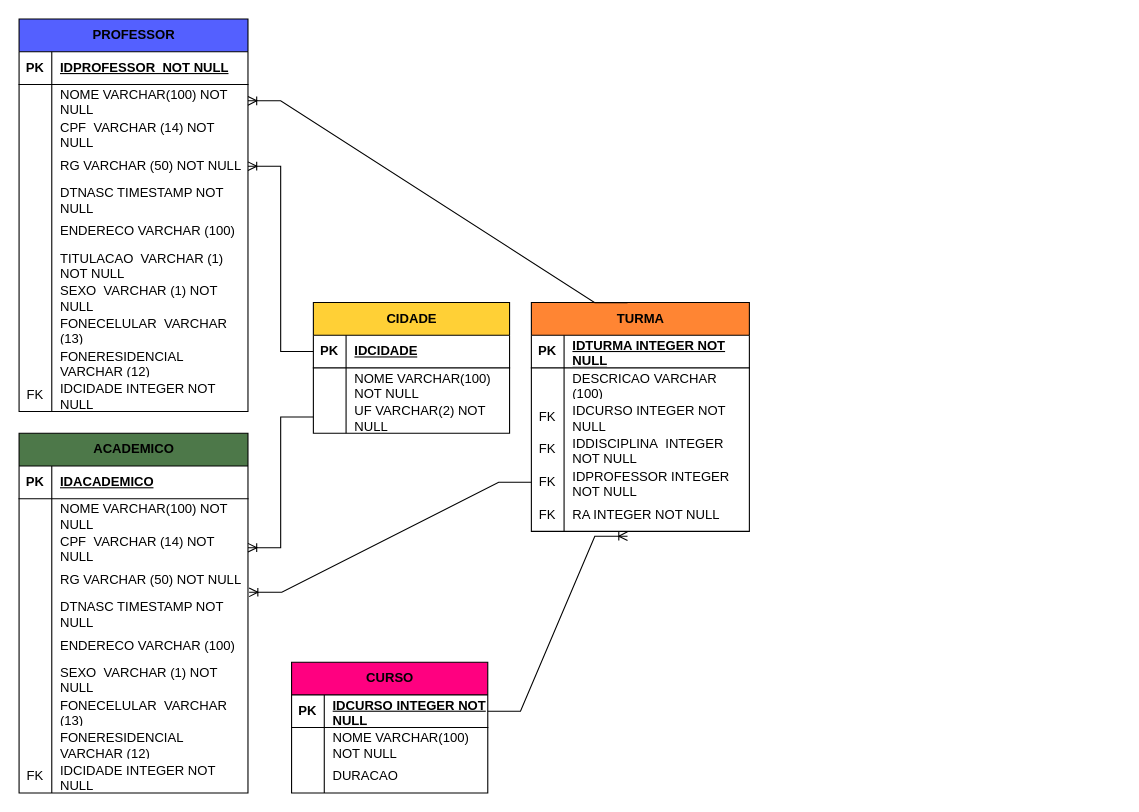
joaopaulopossamai/Banco-de-dados keeps this draw.io diagram as Diagrama sem nome2.drawio. Above is the earlier version. Source tidied: cells renumbered, new cells numbered last; positions are measured from the earlier drawing's top-left corner, leaving out a move shared by most shapes. Both pictures are drawn from the tidied source at 109%, with x=0, y=0 at pixel (19, 19).
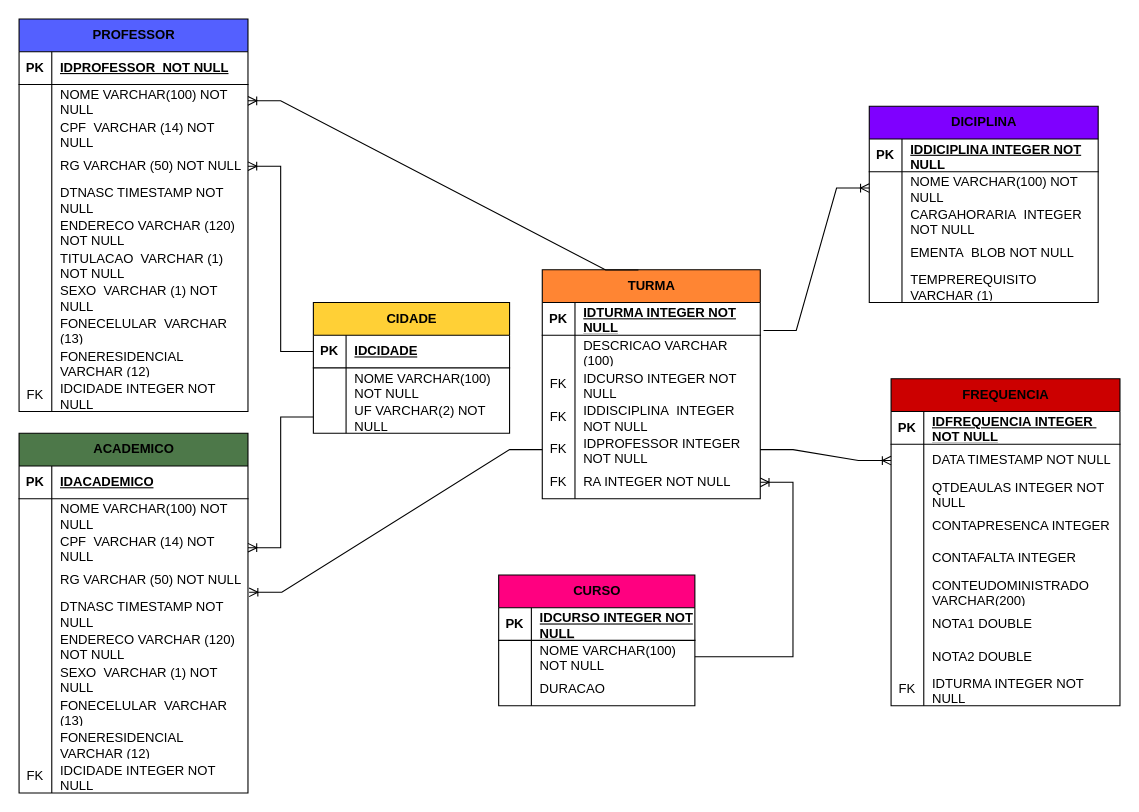
The same diagram, later.

The change refers to these unchanged cells:
```xml
<mxCell id="28" style="shape=tableRow;horizontal=0;startSize=0;swimlaneHead=0;swimlaneBody=0;fillColor=none;top=0;left=0;right=0;bottom=0;" parent="12" vertex="1">
  <mxGeometry y="180" width="210" height="30" as="geometry" />
</mxCell>
<mxCell id="62" style="shape=tableRow;horizontal=0;startSize=0;swimlaneHead=0;swimlaneBody=0;fillColor=none;top=0;left=0;right=0;bottom=0;" parent="46" vertex="1">
  <mxGeometry y="180" width="210" height="30" as="geometry" />
</mxCell>
<mxCell id="80" style="shape=tableRow;horizontal=0;startSize=0;swimlaneHead=0;swimlaneBody=0;fillColor=none;points=[[0,0.5],[1,0.5]];portConstraint=eastwest;top=0;left=0;right=0;bottom=1;" parent="79" vertex="1">
  <mxGeometry y="30" width="180" height="30" as="geometry" />
</mxCell>
<mxCell id="83" style="shape=tableRow;horizontal=0;startSize=0;swimlaneHead=0;swimlaneBody=0;fillColor=none;points=[[0,0.5],[1,0.5]];portConstraint=eastwest;top=0;left=0;right=0;bottom=0;" parent="79" vertex="1">
  <mxGeometry y="60" width="180" height="30" as="geometry" />
</mxCell>
<mxCell id="90" style="shape=tableRow;horizontal=0;startSize=0;swimlaneHead=0;swimlaneBody=0;fillColor=none;points=[[0,0.5],[1,0.5]];portConstraint=eastwest;top=0;left=0;right=0;bottom=1;" parent="89" vertex="1">
  <mxGeometry y="30" width="200" height="30" as="geometry" />
</mxCell>
<mxCell id="102" style="shape=tableRow;horizontal=0;startSize=0;swimlaneHead=0;swimlaneBody=0;fillColor=none;points=[[0,0.5],[1,0.5]];portConstraint=eastwest;top=0;left=0;right=0;bottom=0;" parent="89" vertex="1">
  <mxGeometry y="150" width="200" height="30" as="geometry" />
</mxCell>
<mxCell id="105" style="shape=tableRow;horizontal=0;startSize=0;swimlaneHead=0;swimlaneBody=0;fillColor=none;points=[[0,0.5],[1,0.5]];portConstraint=eastwest;top=0;left=0;right=0;bottom=0;" parent="89" vertex="1">
  <mxGeometry y="180" width="200" height="30" as="geometry" />
</mxCell>
```

The edit, as a diff of the source:
```diff
@@
-    <mxCell id="30" value="ENDERECO VARCHAR (100)" style="shape=partialRectangle;fillColor=none;top=0;left=0;bottom=0;right=0;align=left;spacingLeft=6;overflow=hidden;whiteSpace=wrap;html=1;" parent="28" vertex="1">
+    <mxCell id="30" value="ENDERECO VARCHAR (120) NOT NULL" style="shape=partialRectangle;fillColor=none;top=0;left=0;bottom=0;right=0;align=left;spacingLeft=6;overflow=hidden;whiteSpace=wrap;html=1;" parent="28" vertex="1">
       <mxGeometry x="30" width="180" height="30" as="geometry" />
     </mxCell>
@@
-    <mxCell id="64" value="ENDERECO VARCHAR (100)" style="shape=partialRectangle;fillColor=none;top=0;left=0;bottom=0;right=0;align=left;spacingLeft=6;overflow=hidden;whiteSpace=wrap;html=1;" parent="62" vertex="1">
+    <mxCell id="64" value="ENDERECO VARCHAR (120)&lt;br&gt;NOT NULL" style="shape=partialRectangle;fillColor=none;top=0;left=0;bottom=0;right=0;align=left;spacingLeft=6;overflow=hidden;whiteSpace=wrap;html=1;" parent="62" vertex="1">
       <mxGeometry x="30" width="180" height="30" as="geometry" />
     </mxCell>
@@
     <mxCell id="79" value="CURSO" style="shape=table;startSize=30;childLayout=tableLayout;rowLines=0;fontStyle=1;align=center;html=1;fillColor=#FF0080;" parent="1" vertex="1">
-      <mxGeometry x="250" y="590" width="180" height="120" as="geometry" />
+      <mxGeometry x="440" y="510" width="180" height="120" as="geometry" />
     </mxCell>
@@
     <mxCell id="89" value="TURMA" style="shape=table;startSize=30;childLayout=tableLayout;rowLines=0;fontStyle=1;align=center;html=1;fillColor=#FF8533;" parent="1" vertex="1">
-      <mxGeometry x="470" y="260" width="200" height="210" as="geometry" />
+      <mxGeometry x="480" y="230" width="200" height="210" as="geometry" />
     </mxCell>
@@
-    <mxCell id="110" style="edgeStyle=entityRelationEdgeStyle;fontSize=12;html=1;endArrow=ERoneToMany;rounded=0;entryX=0.441;entryY=1.148;entryDx=0;entryDy=0;entryPerimeter=0;exitX=1;exitY=0.5;exitDx=0;exitDy=0;" parent="1" edge="1" source="80" target="105">
+    <mxCell id="110" style="edgeStyle=entityRelationEdgeStyle;fontSize=12;html=1;endArrow=ERoneToMany;rounded=0;exitX=1;exitY=0.5;exitDx=0;exitDy=0;" parent="1" edge="1" source="83" target="105">
       <mxGeometry relative="1" as="geometry" />
     </mxCell>
+    <mxCell id="111" value="DICIPLINA" style="shape=table;startSize=30;childLayout=tableLayout;rowLines=0;fontStyle=1;align=center;html=1;fillColor=#7F00FF;" parent="1" vertex="1">
+      <mxGeometry x="780" y="80" width="210" height="180" as="geometry" />
+    </mxCell>
+    <mxCell id="112" style="shape=tableRow;horizontal=0;startSize=0;swimlaneHead=0;swimlaneBody=0;fillColor=none;top=0;left=0;right=0;bottom=1;" parent="111" vertex="1">
+      <mxGeometry y="30" width="210" height="30" as="geometry" />
+    </mxCell>
+    <mxCell id="113" value="PK" style="shape=partialRectangle;fillColor=none;top=0;left=0;bottom=0;right=0;fontStyle=1;overflow=hidden;whiteSpace=wrap;html=1;" parent="112" vertex="1">
+      <mxGeometry width="30" height="30" as="geometry" />
+    </mxCell>
+    <mxCell id="114" value="IDDICIPLINA INTEGER NOT NULL" style="shape=partialRectangle;fillColor=none;top=0;left=0;bottom=0;right=0;align=left;spacingLeft=6;fontStyle=5;overflow=hidden;whiteSpace=wrap;html=1;" parent="112" vertex="1">
+      <mxGeometry x="30" width="180" height="30" as="geometry" />
+    </mxCell>
+    <mxCell id="115" style="shape=tableRow;horizontal=0;startSize=0;swimlaneHead=0;swimlaneBody=0;fillColor=none;points=[[0,0.5],[1,0.5]];portConstraint=eastwest;top=0;left=0;right=0;bottom=0;" parent="111" vertex="1">
+      <mxGeometry y="60" width="210" height="30" as="geometry" />
+    </mxCell>
+    <mxCell id="116" style="shape=partialRectangle;fillColor=none;top=0;left=0;bottom=0;right=0;overflow=hidden;whiteSpace=wrap;html=1;" parent="115" vertex="1">
+      <mxGeometry width="30" height="30" as="geometry" />
+    </mxCell>
+    <mxCell id="117" value="NOME VARCHAR(100) NOT NULL&amp;nbsp;" style="shape=partialRectangle;fillColor=none;top=0;left=0;bottom=0;right=0;align=left;spacingLeft=6;overflow=hidden;whiteSpace=wrap;html=1;" parent="115" vertex="1">
+      <mxGeometry x="30" width="180" height="30" as="geometry" />
+    </mxCell>
+    <mxCell id="118" style="shape=tableRow;horizontal=0;startSize=0;swimlaneHead=0;swimlaneBody=0;fillColor=none;top=0;left=0;right=0;bottom=0;" parent="111" vertex="1">
+      <mxGeometry y="90" width="210" height="30" as="geometry" />
+    </mxCell>
+    <mxCell id="119" style="shape=partialRectangle;fillColor=none;top=0;left=0;bottom=0;right=0;overflow=hidden;whiteSpace=wrap;html=1;" parent="118" vertex="1">
+      <mxGeometry width="30" height="30" as="geometry" />
+    </mxCell>
+    <mxCell id="120" value="CARGAHORARIA&amp;nbsp; INTEGER NOT NULL" style="shape=partialRectangle;fillColor=none;top=0;left=0;bottom=0;right=0;align=left;spacingLeft=6;overflow=hidden;whiteSpace=wrap;html=1;" parent="118" vertex="1">
+      <mxGeometry x="30" width="180" height="30" as="geometry" />
+    </mxCell>
+    <mxCell id="121" style="shape=tableRow;horizontal=0;startSize=0;swimlaneHead=0;swimlaneBody=0;fillColor=none;top=0;left=0;right=0;bottom=0;" parent="111" vertex="1">
+      <mxGeometry y="120" width="210" height="30" as="geometry" />
+    </mxCell>
+    <mxCell id="122" style="shape=partialRectangle;fillColor=none;top=0;left=0;bottom=0;right=0;overflow=hidden;whiteSpace=wrap;html=1;" parent="121" vertex="1">
+      <mxGeometry width="30" height="30" as="geometry" />
+    </mxCell>
+    <mxCell id="123" value="EMENTA&amp;nbsp; BLOB NOT NULL" style="shape=partialRectangle;fillColor=none;top=0;left=0;bottom=0;right=0;align=left;spacingLeft=6;overflow=hidden;whiteSpace=wrap;html=1;" parent="121" vertex="1">
+      <mxGeometry x="30" width="180" height="30" as="geometry" />
+    </mxCell>
+    <mxCell id="124" style="shape=tableRow;horizontal=0;startSize=0;swimlaneHead=0;swimlaneBody=0;fillColor=none;top=0;left=0;right=0;bottom=0;" parent="111" vertex="1">
+      <mxGeometry y="150" width="210" height="30" as="geometry" />
+    </mxCell>
+    <mxCell id="125" style="shape=partialRectangle;fillColor=none;top=0;left=0;bottom=0;right=0;overflow=hidden;whiteSpace=wrap;html=1;" parent="124" vertex="1">
+      <mxGeometry width="30" height="30" as="geometry" />
+    </mxCell>
+    <mxCell id="126" value="TEMPREREQUISITO VARCHAR (1)" style="shape=partialRectangle;fillColor=none;top=0;left=0;bottom=0;right=0;align=left;spacingLeft=6;overflow=hidden;whiteSpace=wrap;html=1;" parent="124" vertex="1">
+      <mxGeometry x="30" width="180" height="30" as="geometry" />
+    </mxCell>
+    <mxCell id="127" value="FREQUENCIA" style="shape=table;startSize=30;childLayout=tableLayout;rowLines=0;fontStyle=1;align=center;html=1;fillColor=#CC0000;" parent="1" vertex="1">
+      <mxGeometry x="800" y="330" width="210" height="300" as="geometry" />
+    </mxCell>
+    <mxCell id="128" style="shape=tableRow;horizontal=0;startSize=0;swimlaneHead=0;swimlaneBody=0;fillColor=none;top=0;left=0;right=0;bottom=1;" parent="127" vertex="1">
+      <mxGeometry y="30" width="210" height="30" as="geometry" />
+    </mxCell>
+    <mxCell id="129" value="PK" style="shape=partialRectangle;fillColor=none;top=0;left=0;bottom=0;right=0;fontStyle=1;overflow=hidden;whiteSpace=wrap;html=1;" parent="128" vertex="1">
+      <mxGeometry width="30" height="30" as="geometry" />
+    </mxCell>
+    <mxCell id="130" value="IDFREQUENCIA INTEGER&amp;nbsp; NOT NULL" style="shape=partialRectangle;fillColor=none;top=0;left=0;bottom=0;right=0;align=left;spacingLeft=6;fontStyle=5;overflow=hidden;whiteSpace=wrap;html=1;" parent="128" vertex="1">
+      <mxGeometry x="30" width="180" height="30" as="geometry" />
+    </mxCell>
+    <mxCell id="131" style="shape=tableRow;horizontal=0;startSize=0;swimlaneHead=0;swimlaneBody=0;fillColor=none;points=[[0,0.5],[1,0.5]];portConstraint=eastwest;top=0;left=0;right=0;bottom=0;" parent="127" vertex="1">
+      <mxGeometry y="60" width="210" height="30" as="geometry" />
+    </mxCell>
+    <mxCell id="132" style="shape=partialRectangle;fillColor=none;top=0;left=0;bottom=0;right=0;overflow=hidden;whiteSpace=wrap;html=1;" parent="131" vertex="1">
+      <mxGeometry width="30" height="30" as="geometry" />
+    </mxCell>
+    <mxCell id="133" value="DATA TIMESTAMP NOT NULL" style="shape=partialRectangle;fillColor=none;top=0;left=0;bottom=0;right=0;align=left;spacingLeft=6;overflow=hidden;whiteSpace=wrap;html=1;" parent="131" vertex="1">
+      <mxGeometry x="30" width="180" height="30" as="geometry" />
+    </mxCell>
+    <mxCell id="134" style="shape=tableRow;horizontal=0;startSize=0;swimlaneHead=0;swimlaneBody=0;fillColor=none;top=0;left=0;right=0;bottom=0;" parent="127" vertex="1">
+      <mxGeometry y="90" width="210" height="30" as="geometry" />
+    </mxCell>
+    <mxCell id="135" style="shape=partialRectangle;fillColor=none;top=0;left=0;bottom=0;right=0;overflow=hidden;whiteSpace=wrap;html=1;" parent="134" vertex="1">
+      <mxGeometry width="30" height="30" as="geometry" />
+    </mxCell>
+    <mxCell id="136" value="QTDEAULAS INTEGER NOT NULL" style="shape=partialRectangle;fillColor=none;top=0;left=0;bottom=0;right=0;align=left;spacingLeft=6;overflow=hidden;whiteSpace=wrap;html=1;" parent="134" vertex="1">
+      <mxGeometry x="30" width="180" height="30" as="geometry" />
+    </mxCell>
+    <mxCell id="137" style="shape=tableRow;horizontal=0;startSize=0;swimlaneHead=0;swimlaneBody=0;fillColor=none;top=0;left=0;right=0;bottom=0;" parent="127" vertex="1">
+      <mxGeometry y="120" width="210" height="30" as="geometry" />
+    </mxCell>
+    <mxCell id="138" style="shape=partialRectangle;fillColor=none;top=0;left=0;bottom=0;right=0;overflow=hidden;whiteSpace=wrap;html=1;" parent="137" vertex="1">
+      <mxGeometry width="30" height="30" as="geometry" />
+    </mxCell>
+    <mxCell id="139" value="CONTAPRESENCA INTEGER&amp;nbsp;" style="shape=partialRectangle;fillColor=none;top=0;left=0;bottom=0;right=0;align=left;spacingLeft=6;overflow=hidden;whiteSpace=wrap;html=1;" parent="137" vertex="1">
+      <mxGeometry x="30" width="180" height="30" as="geometry" />
+    </mxCell>
+    <mxCell id="140" style="shape=tableRow;horizontal=0;startSize=0;swimlaneHead=0;swimlaneBody=0;fillColor=none;top=0;left=0;right=0;bottom=0;" parent="127" vertex="1">
+      <mxGeometry y="150" width="210" height="30" as="geometry" />
+    </mxCell>
+    <mxCell id="141" style="shape=partialRectangle;fillColor=none;top=0;left=0;bottom=0;right=0;overflow=hidden;whiteSpace=wrap;html=1;" parent="140" vertex="1">
+      <mxGeometry width="30" height="30" as="geometry" />
+    </mxCell>
+    <mxCell id="142" value="CONTAFALTA INTEGER&amp;nbsp;" style="shape=partialRectangle;fillColor=none;top=0;left=0;bottom=0;right=0;align=left;spacingLeft=6;overflow=hidden;whiteSpace=wrap;html=1;" parent="140" vertex="1">
+      <mxGeometry x="30" width="180" height="30" as="geometry" />
+    </mxCell>
+    <mxCell id="143" style="shape=tableRow;horizontal=0;startSize=0;swimlaneHead=0;swimlaneBody=0;fillColor=none;top=0;left=0;right=0;bottom=0;" parent="127" vertex="1">
+      <mxGeometry y="180" width="210" height="30" as="geometry" />
+    </mxCell>
+    <mxCell id="144" style="shape=partialRectangle;fillColor=none;top=0;left=0;bottom=0;right=0;overflow=hidden;whiteSpace=wrap;html=1;" parent="143" vertex="1">
+      <mxGeometry width="30" height="30" as="geometry" />
+    </mxCell>
+    <mxCell id="145" value="CONTEUDOMINISTRADO VARCHAR(200)" style="shape=partialRectangle;fillColor=none;top=0;left=0;bottom=0;right=0;align=left;spacingLeft=6;overflow=hidden;whiteSpace=wrap;html=1;" parent="143" vertex="1">
+      <mxGeometry x="30" width="180" height="30" as="geometry" />
+    </mxCell>
+    <mxCell id="146" style="shape=tableRow;horizontal=0;startSize=0;swimlaneHead=0;swimlaneBody=0;fillColor=none;top=0;left=0;right=0;bottom=0;" parent="127" vertex="1">
+      <mxGeometry y="210" width="210" height="30" as="geometry" />
+    </mxCell>
+    <mxCell id="147" style="shape=partialRectangle;fillColor=none;top=0;left=0;bottom=0;right=0;overflow=hidden;whiteSpace=wrap;html=1;" parent="146" vertex="1">
+      <mxGeometry width="30" height="30" as="geometry" />
+    </mxCell>
+    <mxCell id="148" value="NOTA1 DOUBLE" style="shape=partialRectangle;fillColor=none;top=0;left=0;bottom=0;right=0;align=left;spacingLeft=6;overflow=hidden;whiteSpace=wrap;html=1;" parent="146" vertex="1">
+      <mxGeometry x="30" width="180" height="30" as="geometry" />
+    </mxCell>
+    <mxCell id="149" style="shape=tableRow;horizontal=0;startSize=0;swimlaneHead=0;swimlaneBody=0;fillColor=none;top=0;left=0;right=0;bottom=0;" parent="127" vertex="1">
+      <mxGeometry y="240" width="210" height="30" as="geometry" />
+    </mxCell>
+    <mxCell id="150" style="shape=partialRectangle;fillColor=none;top=0;left=0;bottom=0;right=0;overflow=hidden;whiteSpace=wrap;html=1;" parent="149" vertex="1">
+      <mxGeometry width="30" height="30" as="geometry" />
+    </mxCell>
+    <mxCell id="151" value="NOTA2 DOUBLE" style="shape=partialRectangle;fillColor=none;top=0;left=0;bottom=0;right=0;align=left;spacingLeft=6;overflow=hidden;whiteSpace=wrap;html=1;" parent="149" vertex="1">
+      <mxGeometry x="30" width="180" height="30" as="geometry" />
+    </mxCell>
+    <mxCell id="152" style="shape=tableRow;horizontal=0;startSize=0;swimlaneHead=0;swimlaneBody=0;fillColor=none;top=0;left=0;right=0;bottom=0;" parent="127" vertex="1">
+      <mxGeometry y="270" width="210" height="30" as="geometry" />
+    </mxCell>
+    <mxCell id="153" value="FK" style="shape=partialRectangle;fillColor=none;top=0;left=0;bottom=0;right=0;overflow=hidden;whiteSpace=wrap;html=1;" parent="152" vertex="1">
+      <mxGeometry width="30" height="30" as="geometry" />
+    </mxCell>
+    <mxCell id="154" value="IDTURMA INTEGER NOT NULL" style="shape=partialRectangle;fillColor=none;top=0;left=0;bottom=0;right=0;align=left;spacingLeft=6;overflow=hidden;whiteSpace=wrap;html=1;" parent="152" vertex="1">
+      <mxGeometry x="30" width="180" height="30" as="geometry" />
+    </mxCell>
+    <mxCell id="155" style="edgeStyle=entityRelationEdgeStyle;fontSize=12;html=1;endArrow=ERoneToMany;rounded=0;exitX=1.015;exitY=0.857;exitDx=0;exitDy=0;exitPerimeter=0;entryX=0;entryY=0.5;entryDx=0;entryDy=0;" parent="1" edge="1" source="90" target="115">
+      <mxGeometry relative="1" as="geometry" />
+    </mxCell>
+    <mxCell id="156" style="edgeStyle=entityRelationEdgeStyle;fontSize=12;html=1;endArrow=ERoneToMany;rounded=0;exitX=1;exitY=0.5;exitDx=0;exitDy=0;entryX=0;entryY=0.5;entryDx=0;entryDy=0;" parent="1" edge="1" source="102" target="131">
+      <mxGeometry relative="1" as="geometry" />
+    </mxCell>
```
